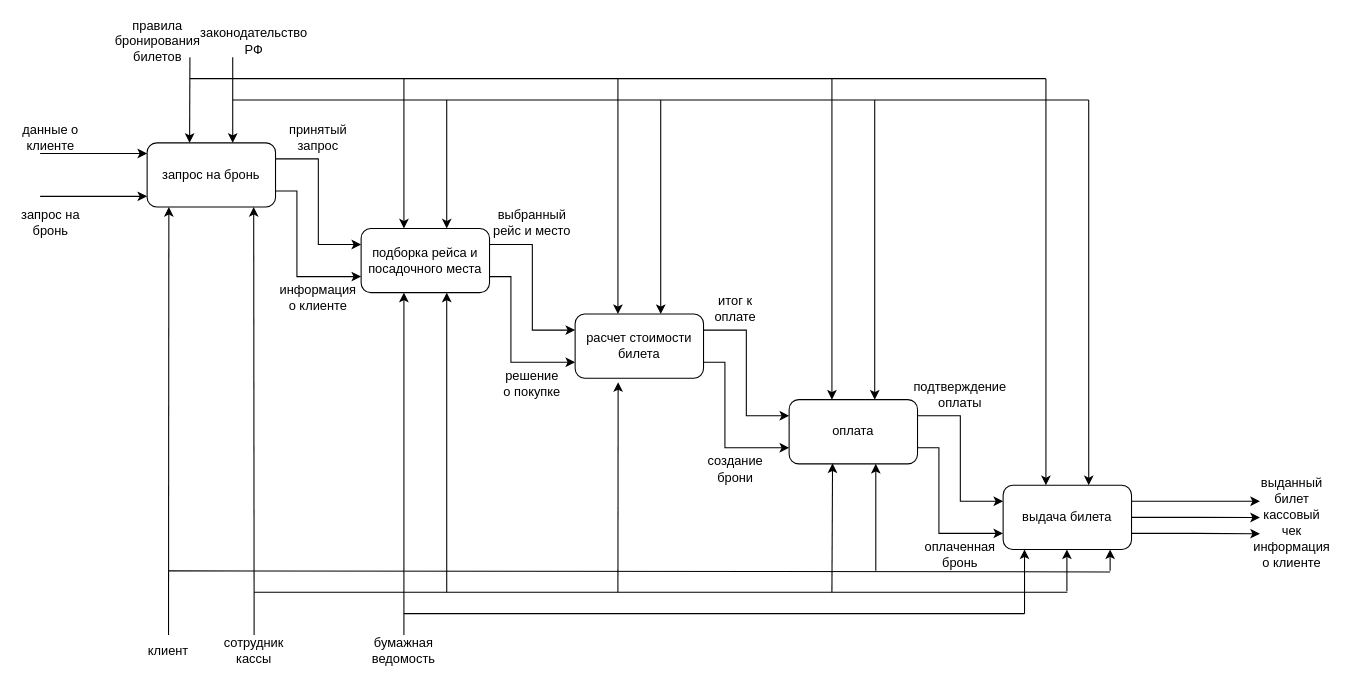
Earlier version of the draw.io diagram Декомпозиция модели ПО в нотаци IDEF0.drawio (Jurwa1/coursework). Source tidied: cells renumbered, new cells numbered last; positions are measured from the earlier drawing's top-left corner, leaving out a move shared by most shapes. Both pictures are drawn from the tidied source at 107%, with x=0, y=0 at pixel (18, 25).
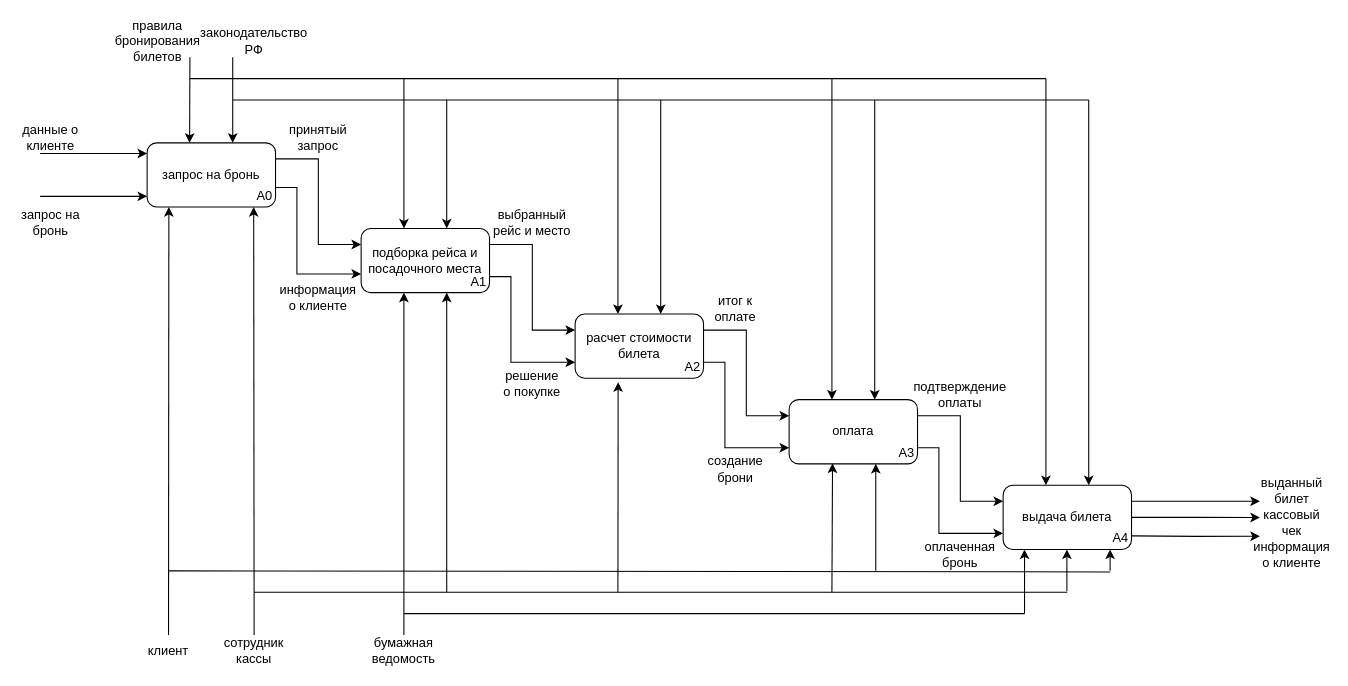
The same diagram, later.

Unchanged cells that the change refers to:
```xml
<mxCell id="7" value="подборка рейса и посадочного места" style="rounded=1;whiteSpace=wrap;html=1;" parent="1" vertex="1">
  <mxGeometry x="320" y="190" width="120" height="60" as="geometry" />
</mxCell>
<mxCell id="17" value="выдача билета" style="rounded=1;whiteSpace=wrap;html=1;" parent="1" vertex="1">
  <mxGeometry x="920" y="430" width="120" height="60" as="geometry" />
</mxCell>
```

What changed in the source:
```diff
@@
-    <mxCell id="3" style="edgeStyle=orthogonalEdgeStyle;rounded=0;jettySize=auto;html=1;exitX=1;exitY=0.75;exitDx=0;exitDy=0;entryX=0;entryY=0.75;entryDx=0;entryDy=0;" parent="1" edge="1" source="4" target="7">
+    <mxCell id="3" style="edgeStyle=orthogonalEdgeStyle;rounded=0;jettySize=auto;html=1;exitX=0.99;exitY=0.695;exitDx=0;exitDy=0;entryX=0;entryY=0.75;entryDx=0;entryDy=0;exitPerimeter=0;" parent="1" edge="1" source="4">
       <mxGeometry relative="1" as="geometry">
+        <mxPoint x="320" y="232.5" as="targetPoint" />
         <Array as="points">
-          <mxPoint x="260" y="155" />
-          <mxPoint x="260" y="235" />
+          <mxPoint x="260" y="152" />
+          <mxPoint x="260" y="233" />
         </Array>
       </mxGeometry>
     </mxCell>
-    <mxCell id="4" value="запрос на бронь" style="rounded=1;whiteSpace=wrap;html=1;" parent="1" vertex="1">
+    <mxCell id="4" value="&lt;div&gt;запрос на бронь&lt;/div&gt;" style="rounded=1;whiteSpace=wrap;html=1;" parent="1" vertex="1">
       <mxGeometry x="120" y="110" width="120" height="60" as="geometry" />
     </mxCell>
@@
-    <mxCell id="16" style="edgeStyle=orthogonalEdgeStyle;rounded=0;jettySize=auto;html=1;exitX=1;exitY=0.75;exitDx=0;exitDy=0;" parent="1" edge="1" source="17">
+    <mxCell id="16" style="edgeStyle=orthogonalEdgeStyle;rounded=0;orthogonalLoop=1;jettySize=auto;html=1;exitX=1;exitY=0.75;exitDx=0;exitDy=0;" parent="1" edge="1">
       <mxGeometry relative="1" as="geometry">
-        <mxPoint x="1160" y="475.3" as="targetPoint" />
+        <mxPoint x="1040" y="477.3" as="sourcePoint" />
+        <mxPoint x="1160" y="477.6" as="targetPoint" />
       </mxGeometry>
     </mxCell>
@@
+    <mxCell id="63" value="А0" style="text;html=1;whiteSpace=wrap;strokeColor=none;fillColor=none;align=center;verticalAlign=middle;rounded=0;" parent="1" vertex="1">
+      <mxGeometry x="200" y="150" width="60" height="20" as="geometry" />
+    </mxCell>
+    <mxCell id="64" value="А1" style="text;html=1;whiteSpace=wrap;strokeColor=none;fillColor=none;align=center;verticalAlign=middle;rounded=0;" parent="1" vertex="1">
+      <mxGeometry x="400" y="230" width="60" height="20" as="geometry" />
+    </mxCell>
+    <mxCell id="65" value="А2" style="text;html=1;whiteSpace=wrap;strokeColor=none;fillColor=none;align=center;verticalAlign=middle;rounded=0;" parent="1" vertex="1">
+      <mxGeometry x="600" y="310" width="60" height="20" as="geometry" />
+    </mxCell>
+    <mxCell id="66" value="А3" style="text;html=1;whiteSpace=wrap;strokeColor=none;fillColor=none;align=center;verticalAlign=middle;rounded=0;" parent="1" vertex="1">
+      <mxGeometry x="800" y="390" width="60" height="20" as="geometry" />
+    </mxCell>
+    <mxCell id="67" value="А4" style="text;html=1;whiteSpace=wrap;strokeColor=none;fillColor=none;align=center;verticalAlign=middle;rounded=0;" parent="1" vertex="1">
+      <mxGeometry x="1000" y="470" width="60" height="20" as="geometry" />
+    </mxCell>
```
